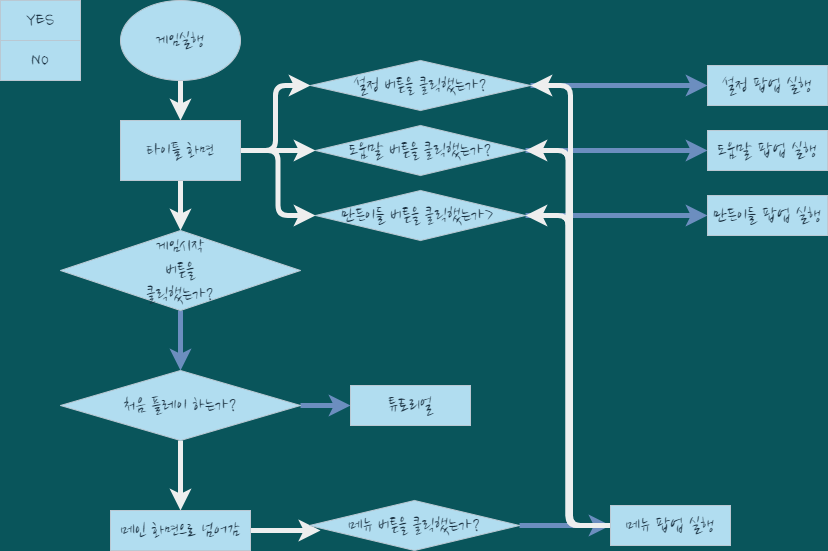
The draw.io diagram gameplay_flowchat.drawio.png in kinesis19/stac_project_SME, before a commit. Source tidied: cells renumbered, new cells last; positions are measured from the earlier drawing's top-left corner, leaving out a move shared by most shapes.
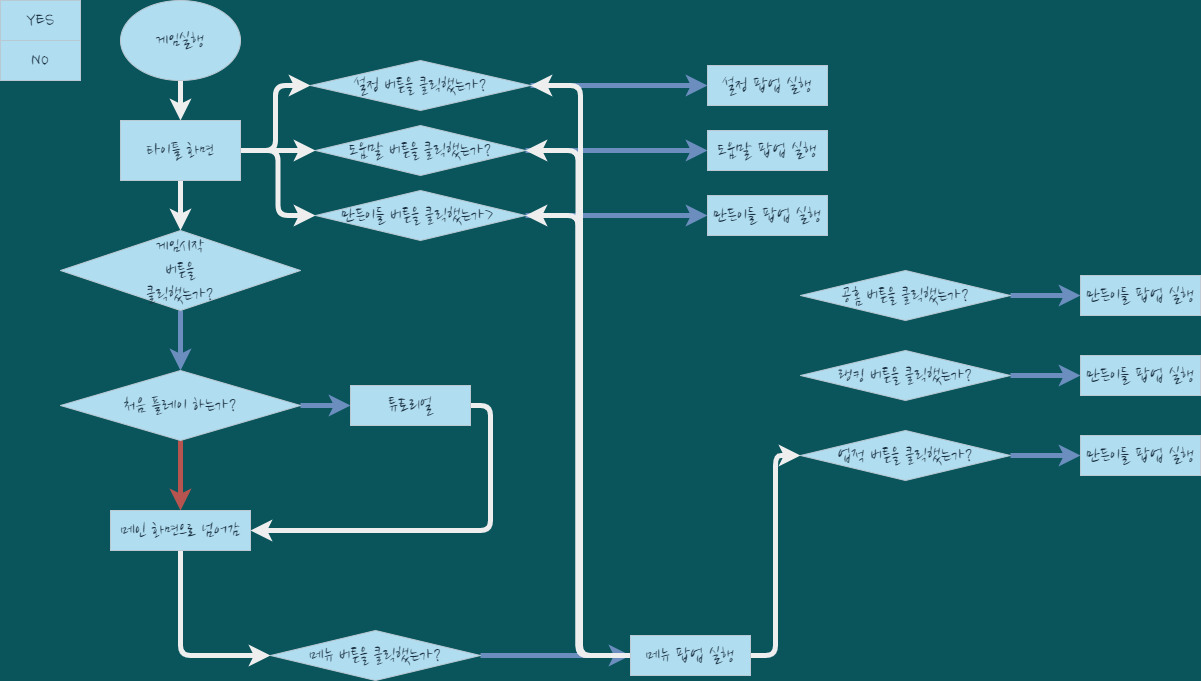
The same file after the commit.

Change to the diagram source:
```diff
@@ -65,7 +65,7 @@
     <mxCell id="22" style="edgeStyle=orthogonalEdgeStyle;curved=0;rounded=1;sketch=0;jettySize=auto;html=1;entryX=0;entryY=0.5;entryDx=0;entryDy=0;fontColor=#FFFFFF;strokeColor=#6c8ebf;strokeWidth=5;fillColor=#dae8fc;gradientColor=#7ea6e0;" parent="1" edge="1" source="24" target="25">
       <mxGeometry relative="1" as="geometry" />
     </mxCell>
-    <mxCell id="23" style="edgeStyle=orthogonalEdgeStyle;curved=0;rounded=1;sketch=0;jettySize=auto;html=1;fontColor=#FFFFFF;strokeColor=#EEEEEE;strokeWidth=5;" parent="1" edge="1" source="24">
+    <mxCell id="23" style="edgeStyle=orthogonalEdgeStyle;curved=0;rounded=1;sketch=0;jettySize=auto;html=1;fontColor=#FFFFFF;strokeColor=#b85450;strokeWidth=5;fillColor=#f8cecc;gradientColor=#ea6b66;" parent="1" edge="1" source="24">
       <mxGeometry relative="1" as="geometry">
         <mxPoint x="180" y="510" as="targetPoint" />
       </mxGeometry>
@@ -73,10 +73,13 @@
     <mxCell id="24" value="처음 플레이 하는가?" style="rhombus;whiteSpace=wrap;html=1;rounded=0;sketch=0;fontFamily=Nanum Brush Script;fontSource=https%3A%2F%2Ffonts.googleapis.com%2Fcss%3Ffamily%3DNanum%2BBrush%2BScript;fontSize=20;fillColor=#B1DDF0;strokeColor=#BAC8D3;fontColor=#182E3E;" parent="1" vertex="1">
       <mxGeometry x="60" y="370" width="240" height="70" as="geometry" />
     </mxCell>
+    <mxCell id="34" style="edgeStyle=orthogonalEdgeStyle;curved=0;rounded=1;sketch=0;jettySize=auto;html=1;exitX=1;exitY=0.5;exitDx=0;exitDy=0;entryX=1;entryY=0.5;entryDx=0;entryDy=0;fontColor=#FFFFFF;strokeColor=#EEEEEE;strokeWidth=5;entryPerimeter=0;" parent="1" edge="1" source="25" target="27">
+      <mxGeometry relative="1" as="geometry" />
+    </mxCell>
     <mxCell id="25" value="튜토리얼" style="rounded=0;whiteSpace=wrap;html=1;sketch=0;fontFamily=Nanum Brush Script;fontSource=https%3A%2F%2Ffonts.googleapis.com%2Fcss%3Ffamily%3DNanum%2BBrush%2BScript;fontSize=20;fillColor=#B1DDF0;strokeColor=#BAC8D3;fontColor=#182E3E;" parent="1" vertex="1">
       <mxGeometry x="350" y="385" width="120" height="40" as="geometry" />
     </mxCell>
-    <mxCell id="26" style="edgeStyle=orthogonalEdgeStyle;curved=0;rounded=1;sketch=0;jettySize=auto;html=1;entryX=0.052;entryY=0.6;entryDx=0;entryDy=0;entryPerimeter=0;fontColor=#FFFFFF;strokeColor=#EEEEEE;strokeWidth=5;" parent="1" edge="1" source="27" target="29">
+    <mxCell id="26" style="edgeStyle=orthogonalEdgeStyle;curved=0;rounded=1;sketch=0;jettySize=auto;html=1;exitX=0.5;exitY=1;exitDx=0;exitDy=0;entryX=0;entryY=0.5;entryDx=0;entryDy=0;fontColor=#FFFFFF;strokeColor=#EEEEEE;strokeWidth=5;" parent="1" edge="1" source="27" target="29">
       <mxGeometry relative="1" as="geometry" />
     </mxCell>
     <mxCell id="27" value="메인 화면으로 넘어감" style="rounded=0;whiteSpace=wrap;html=1;sketch=0;fontFamily=Nanum Brush Script;fontSource=https%3A%2F%2Ffonts.googleapis.com%2Fcss%3Ffamily%3DNanum%2BBrush%2BScript;fontSize=20;fillColor=#B1DDF0;strokeColor=#BAC8D3;fontColor=#182E3E;" parent="1" vertex="1">
@@ -86,7 +89,7 @@
       <mxGeometry relative="1" as="geometry" />
     </mxCell>
     <mxCell id="29" value="메뉴 버튼을 클릭했는가?" style="rhombus;whiteSpace=wrap;html=1;rounded=0;sketch=0;fontFamily=Nanum Brush Script;fontSource=https%3A%2F%2Ffonts.googleapis.com%2Fcss%3Ffamily%3DNanum%2BBrush%2BScript;fontSize=20;fillColor=#B1DDF0;strokeColor=#BAC8D3;fontColor=#182E3E;" parent="1" vertex="1">
-      <mxGeometry x="309" y="500" width="210" height="50" as="geometry" />
+      <mxGeometry x="270" y="630" width="210" height="50" as="geometry" />
     </mxCell>
     <mxCell id="30" style="edgeStyle=orthogonalEdgeStyle;curved=0;rounded=1;sketch=0;jettySize=auto;html=1;entryX=1;entryY=0.5;entryDx=0;entryDy=0;fontColor=#FFFFFF;strokeColor=#EEEEEE;strokeWidth=5;" parent="1" edge="1" source="33" target="14">
       <mxGeometry relative="1" as="geometry" />
@@ -97,8 +100,42 @@
     <mxCell id="32" style="edgeStyle=orthogonalEdgeStyle;curved=0;rounded=1;sketch=0;jettySize=auto;html=1;exitX=0;exitY=0.5;exitDx=0;exitDy=0;entryX=1;entryY=0.5;entryDx=0;entryDy=0;fontColor=#FFFFFF;strokeColor=#EEEEEE;strokeWidth=5;" parent="1" edge="1" source="33" target="18">
       <mxGeometry relative="1" as="geometry" />
     </mxCell>
+    <mxCell id="35" style="edgeStyle=orthogonalEdgeStyle;curved=0;rounded=1;sketch=0;jettySize=auto;html=1;entryX=0;entryY=0.5;entryDx=0;entryDy=0;fontColor=#FFFFFF;strokeColor=#EEEEEE;strokeWidth=5;" parent="1" edge="1" source="33" target="36">
+      <mxGeometry relative="1" as="geometry" />
+    </mxCell>
     <mxCell id="33" value="메뉴 팝업 실행" style="rounded=0;whiteSpace=wrap;html=1;sketch=0;fontFamily=Nanum Brush Script;fontSource=https%3A%2F%2Ffonts.googleapis.com%2Fcss%3Ffamily%3DNanum%2BBrush%2BScript;fontSize=20;fillColor=#B1DDF0;strokeColor=#BAC8D3;fontColor=#182E3E;" parent="1" vertex="1">
-      <mxGeometry x="610" y="505" width="120" height="40" as="geometry" />
+      <mxGeometry x="630" y="635" width="120" height="40" as="geometry" />
     </mxCell>
+    <mxCell id="36" value="업적 버튼을 클릭했는가?" style="rhombus;whiteSpace=wrap;html=1;rounded=0;sketch=0;fontFamily=Nanum Brush Script;fontSource=https%3A%2F%2Ffonts.googleapis.com%2Fcss%3Ffamily%3DNanum%2BBrush%2BScript;fontSize=20;fillColor=#B1DDF0;strokeColor=#BAC8D3;fontColor=#182E3E;" parent="1" vertex="1">
+      <mxGeometry x="800" y="430" width="210" height="50" as="geometry" />
+    </mxCell>
+    <mxCell id="37" value="랭킹 버튼을 클릭했는가?" style="rhombus;whiteSpace=wrap;html=1;rounded=0;sketch=0;fontFamily=Nanum Brush Script;fontSource=https%3A%2F%2Ffonts.googleapis.com%2Fcss%3Ffamily%3DNanum%2BBrush%2BScript;fontSize=20;fillColor=#B1DDF0;strokeColor=#BAC8D3;fontColor=#182E3E;" parent="1" vertex="1">
+      <mxGeometry x="800" y="350" width="210" height="50" as="geometry" />
+    </mxCell>
+    <mxCell id="38" style="edgeStyle=orthogonalEdgeStyle;curved=0;rounded=1;sketch=0;jettySize=auto;html=1;exitX=1;exitY=0.5;exitDx=0;exitDy=0;entryX=0;entryY=0.5;entryDx=0;entryDy=0;fontColor=#FFFFFF;strokeColor=#6c8ebf;strokeWidth=5;fillColor=#dae8fc;gradientColor=#7ea6e0;" parent="1" edge="1" source="39" target="40">
+      <mxGeometry relative="1" as="geometry" />
+    </mxCell>
+    <mxCell id="39" value="공홈 버튼을 클릭했는가?" style="rhombus;whiteSpace=wrap;html=1;rounded=0;sketch=0;fontFamily=Nanum Brush Script;fontSource=https%3A%2F%2Ffonts.googleapis.com%2Fcss%3Ffamily%3DNanum%2BBrush%2BScript;fontSize=20;fillColor=#B1DDF0;strokeColor=#BAC8D3;fontColor=#182E3E;" parent="1" vertex="1">
+      <mxGeometry x="800" y="270" width="210" height="50" as="geometry" />
+    </mxCell>
+    <mxCell id="40" value="만든이들 팝업 실행" style="rounded=0;whiteSpace=wrap;html=1;sketch=0;fontFamily=Nanum Brush Script;fontSource=https%3A%2F%2Ffonts.googleapis.com%2Fcss%3Ffamily%3DNanum%2BBrush%2BScript;fontSize=20;fillColor=#B1DDF0;strokeColor=#BAC8D3;fontColor=#182E3E;" parent="1" vertex="1">
+      <mxGeometry x="1080" y="275" width="120" height="40" as="geometry" />
+    </mxCell>
+    <mxCell id="41" style="edgeStyle=orthogonalEdgeStyle;curved=0;rounded=1;sketch=0;jettySize=auto;html=1;exitX=1;exitY=0.5;exitDx=0;exitDy=0;entryX=0;entryY=0.5;entryDx=0;entryDy=0;fontColor=#FFFFFF;strokeColor=#6c8ebf;strokeWidth=5;fillColor=#dae8fc;gradientColor=#7ea6e0;" parent="1" edge="1" target="42">
+      <mxGeometry relative="1" as="geometry">
+        <mxPoint x="1010" y="375" as="sourcePoint" />
+      </mxGeometry>
+    </mxCell>
+    <mxCell id="42" value="만든이들 팝업 실행" style="rounded=0;whiteSpace=wrap;html=1;sketch=0;fontFamily=Nanum Brush Script;fontSource=https%3A%2F%2Ffonts.googleapis.com%2Fcss%3Ffamily%3DNanum%2BBrush%2BScript;fontSize=20;fillColor=#B1DDF0;strokeColor=#BAC8D3;fontColor=#182E3E;" parent="1" vertex="1">
+      <mxGeometry x="1080" y="355" width="120" height="40" as="geometry" />
+    </mxCell>
+    <mxCell id="43" style="edgeStyle=orthogonalEdgeStyle;curved=0;rounded=1;sketch=0;jettySize=auto;html=1;exitX=1;exitY=0.5;exitDx=0;exitDy=0;entryX=0;entryY=0.5;entryDx=0;entryDy=0;fontColor=#FFFFFF;strokeColor=#6c8ebf;strokeWidth=5;fillColor=#dae8fc;gradientColor=#7ea6e0;" parent="1" edge="1" target="44">
+      <mxGeometry relative="1" as="geometry">
+        <mxPoint x="1010" y="455" as="sourcePoint" />
+      </mxGeometry>
+    </mxCell>
+    <mxCell id="44" value="만든이들 팝업 실행" style="rounded=0;whiteSpace=wrap;html=1;sketch=0;fontFamily=Nanum Brush Script;fontSource=https%3A%2F%2Ffonts.googleapis.com%2Fcss%3Ffamily%3DNanum%2BBrush%2BScript;fontSize=20;fillColor=#B1DDF0;strokeColor=#BAC8D3;fontColor=#182E3E;" parent="1" vertex="1">
+      <mxGeometry x="1080" y="435" width="120" height="40" as="geometry" />
+    </mxCell>
   </root>
 </mxGraphModel>
```
